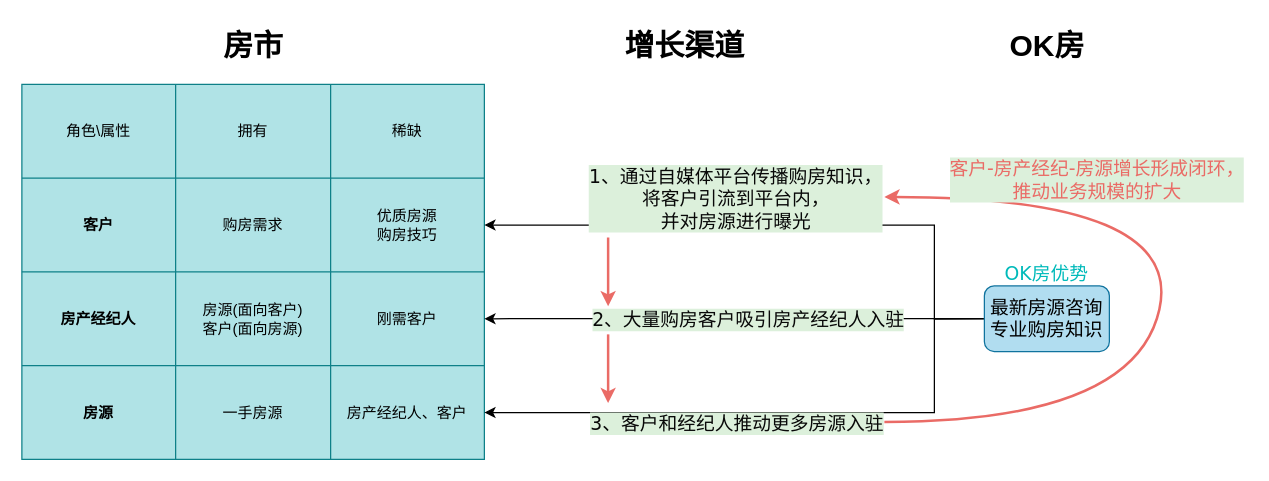
javakenny/Drawio keeps this draw.io diagram as OK房.drawio. Above is the earlier version. Source tidied: cells renumbered, new cells numbered last; positions are measured from the earlier drawing's top-left corner, leaving out a move shared by most shapes. Both pictures are drawn from the tidied source at 125%, with x=0, y=0 at pixel (21, 21).
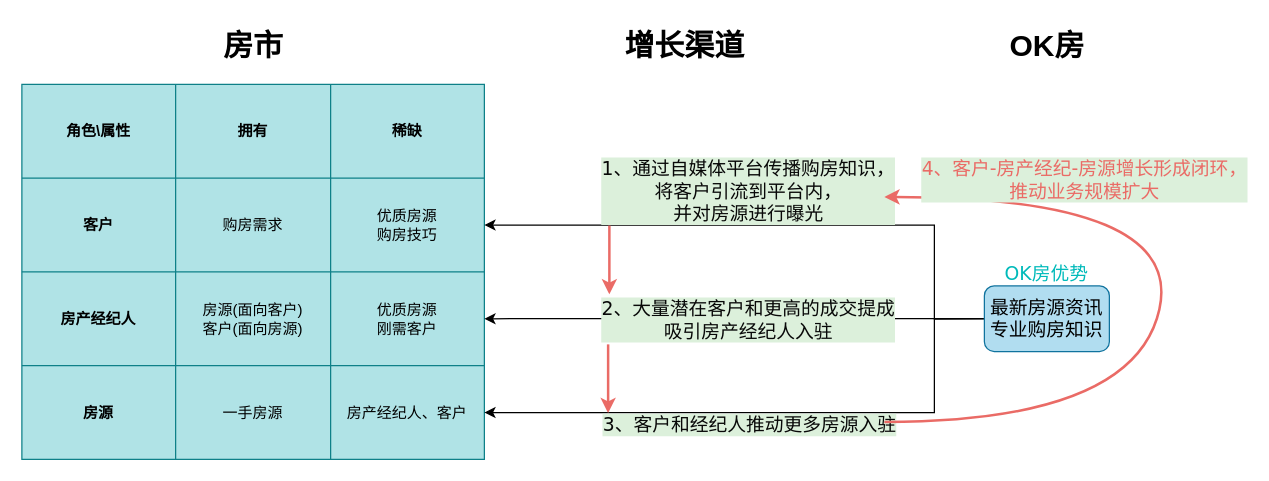
The same diagram, later.

Unchanged cells that the change refers to:
```xml
<mxCell id="3" style="shape=partialRectangle;html=1;whiteSpace=wrap;fillColor=none;top=0;left=0;bottom=0;right=0;" parent="2" vertex="1">
  <mxGeometry width="370" height="75" as="geometry" />
</mxCell>
<mxCell id="11" style="shape=partialRectangle;html=1;whiteSpace=wrap;fillColor=none;top=0;left=0;bottom=0;right=0;points=[[0,0.5],[1,0.5]];portConstraint=eastwest;" parent="2" vertex="1">
  <mxGeometry y="150" width="370" height="75" as="geometry" />
</mxCell>
<mxCell id="19" style="edgeStyle=orthogonalEdgeStyle;rounded=0;jettySize=auto;html=1;entryX=1;entryY=0.5;entryDx=0;entryDy=0;fontFamily=Verdana;fontSize=15;fontColor=#080808;exitX=0;exitY=0.5;exitDx=0;exitDy=0;" parent="1" edge="1" source="25" target="11">
  <mxGeometry relative="1" as="geometry" />
</mxCell>
<mxCell id="21" style="edgeStyle=orthogonalEdgeStyle;rounded=0;jettySize=auto;html=1;entryX=1;entryY=0.5;entryDx=0;entryDy=0;fontFamily=Verdana;fontSize=15;fontColor=#080808;exitX=0;exitY=0.5;exitDx=0;exitDy=0;" parent="1" edge="1" source="25" target="15">
  <mxGeometry relative="1" as="geometry">
    <Array as="points">
      <mxPoint x="730" y="238" />
      <mxPoint x="730" y="313" />
    </Array>
  </mxGeometry>
</mxCell>
<mxCell id="23" style="edgeStyle=orthogonalEdgeStyle;rounded=0;jettySize=auto;html=1;exitX=0;exitY=0.5;exitDx=0;exitDy=0;entryX=1;entryY=0.5;entryDx=0;entryDy=0;fontFamily=Verdana;fontSize=15;fontColor=#00BABA;" parent="1" edge="1" source="25" target="7">
  <mxGeometry relative="1" as="geometry">
    <Array as="points">
      <mxPoint x="730" y="238" />
      <mxPoint x="730" y="163" />
    </Array>
  </mxGeometry>
</mxCell>
<mxCell id="32" style="curved=1;endArrow=classic;html=1;fontFamily=Verdana;fontSize=15;fontColor=#00BABA;strokeWidth=2;strokeColor=#EA6B66;" parent="1" edge="1">
  <mxGeometry relative="1" as="geometry">
    <mxPoint x="690" y="320" as="sourcePoint" />
    <mxPoint x="690" y="140" as="targetPoint" />
    <Array as="points">
      <mxPoint x="890" y="320" />
      <mxPoint x="930" y="140" />
    </Array>
  </mxGeometry>
</mxCell>
```

Change to the diagram source:
```diff
@@
-    <mxCell id="4" value="角色\属性" style="shape=partialRectangle;html=1;whiteSpace=wrap;fillColor=none;top=0;left=0;bottom=0;right=0;overflow=hidden;fontStyle=0;" parent="3" vertex="1">
+    <mxCell id="4" value="角色\属性" style="shape=partialRectangle;html=1;whiteSpace=wrap;fillColor=none;top=0;left=0;bottom=0;right=0;overflow=hidden;fontStyle=1;" parent="3" vertex="1">
       <mxGeometry width="123" height="75" as="geometry" />
     </mxCell>
-    <mxCell id="5" value="拥有" style="shape=partialRectangle;html=1;whiteSpace=wrap;fillColor=none;top=0;left=0;bottom=0;right=0;overflow=hidden;" parent="3" vertex="1">
+    <mxCell id="5" value="拥有" style="shape=partialRectangle;html=1;whiteSpace=wrap;fillColor=none;top=0;left=0;bottom=0;right=0;overflow=hidden;fontStyle=1;" parent="3" vertex="1">
       <mxGeometry x="123" width="124" height="75" as="geometry" />
     </mxCell>
-    <mxCell id="6" value="稀缺" style="shape=partialRectangle;html=1;whiteSpace=wrap;fillColor=none;top=0;left=0;bottom=0;right=0;overflow=hidden;" parent="3" vertex="1">
+    <mxCell id="6" value="稀缺" style="shape=partialRectangle;html=1;whiteSpace=wrap;fillColor=none;top=0;left=0;bottom=0;right=0;overflow=hidden;fontStyle=1;" parent="3" vertex="1">
       <mxGeometry x="247" width="123" height="75" as="geometry" />
     </mxCell>
@@
-    <mxCell id="14" value="刚需客户" style="shape=partialRectangle;html=1;whiteSpace=wrap;fillColor=none;top=0;left=0;bottom=0;right=0;overflow=hidden;" parent="11" vertex="1">
+    <mxCell id="14" value="优质房源&lt;br&gt;刚需客户" style="shape=partialRectangle;html=1;whiteSpace=wrap;fillColor=none;top=0;left=0;bottom=0;right=0;overflow=hidden;" parent="11" vertex="1">
       <mxGeometry x="247" width="123" height="75" as="geometry" />
     </mxCell>
@@
-    <mxCell id="20" value="2、大量购房客户吸引房产经纪人入驻" style="edgeLabel;html=1;align=center;verticalAlign=middle;fontSize=15;fontFamily=Verdana;fontColor=#080808;labelBackgroundColor=#DCF0DB;" parent="19" vertex="1">
+    <mxCell id="20" value="2、大量潜在客户和更高的成交提成&lt;br&gt;吸引房产经纪人入驻" style="edgeLabel;html=1;align=center;verticalAlign=middle;fontSize=15;fontFamily=Verdana;fontColor=#080808;labelBackgroundColor=#DCF0DB;" parent="19" vertex="1">
       <mxGeometry x="0.3" y="2" relative="1" as="geometry">
         <mxPoint x="70" y="-2" as="offset" />
       </mxGeometry>
     </mxCell>
@@
     <mxCell id="22" value="3、客户和经纪人推动更多房源入驻" style="edgeLabel;html=1;align=center;verticalAlign=middle;fontSize=15;fontFamily=Verdana;fontColor=#080808;labelBackgroundColor=#DCF0DB;" parent="21" vertex="1">
       <mxGeometry x="0.58" relative="1" as="geometry">
-        <mxPoint x="101" y="7.5" as="offset" />
+        <mxPoint x="111" y="8.5" as="offset" />
       </mxGeometry>
     </mxCell>
@@
     <mxCell id="24" value="&lt;span style=&quot;color: rgb(8, 8, 8);&quot;&gt;1、通过自媒体平台传播购房知识，&lt;/span&gt;&lt;br style=&quot;color: rgb(8 , 8 , 8)&quot;&gt;&lt;span style=&quot;color: rgb(8, 8, 8);&quot;&gt;将客户引流到平台内，&lt;/span&gt;&lt;br style=&quot;color: rgb(8 , 8 , 8)&quot;&gt;&lt;span style=&quot;color: rgb(8, 8, 8);&quot;&gt;并对房源进行曝光&lt;/span&gt;" style="edgeLabel;html=1;align=center;verticalAlign=middle;fontSize=15;fontFamily=Verdana;fontColor=#00BABA;labelBackgroundColor=#DCF0DB;" parent="23" vertex="1">
       <mxGeometry x="0.58" y="3" relative="1" as="geometry">
-        <mxPoint x="100" y="-25.5" as="offset" />
+        <mxPoint x="110" y="-31.5" as="offset" />
       </mxGeometry>
     </mxCell>
-    <mxCell id="25" value="&lt;span style=&quot;&quot;&gt;最新房源咨询&lt;/span&gt;&lt;br style=&quot;&quot;&gt;&lt;span style=&quot;&quot;&gt;专业购房知识&lt;/span&gt;" style="rounded=1;whiteSpace=wrap;html=1;labelBackgroundColor=none;strokeColor=#10739e;fillColor=#b1ddf0;fontFamily=Verdana;fontSize=15;" parent="1" vertex="1">
+    <mxCell id="25" value="&lt;span&gt;最新房源资讯&lt;/span&gt;&lt;br&gt;&lt;span&gt;专业购房知识&lt;/span&gt;" style="rounded=1;whiteSpace=wrap;html=1;labelBackgroundColor=none;strokeColor=#10739e;fillColor=#b1ddf0;fontFamily=Verdana;fontSize=15;" parent="1" vertex="1">
       <mxGeometry x="770" y="211.2" width="100" height="52.5" as="geometry" />
     </mxCell>
@@
     <mxCell id="30" style="endArrow=classic;html=1;fontFamily=Verdana;fontSize=15;fontColor=#00BABA;strokeWidth=2;strokeColor=#EA6B66;" parent="1" edge="1">
       <mxGeometry relative="1" as="geometry">
-        <mxPoint x="469" y="172.5" as="sourcePoint" />
-        <mxPoint x="469" y="227.5" as="targetPoint" />
+        <mxPoint x="470" y="163" as="sourcePoint" />
+        <mxPoint x="470" y="218" as="targetPoint" />
+        <Array as="points">
+          <mxPoint x="470" y="180.5" />
+        </Array>
       </mxGeometry>
     </mxCell>
     <mxCell id="31" style="endArrow=classic;html=1;fontFamily=Verdana;fontSize=15;fontColor=#00BABA;strokeWidth=2;strokeColor=#EA6B66;" parent="1" edge="1">
       <mxGeometry relative="1" as="geometry">
-        <mxPoint x="469" y="250" as="sourcePoint" />
-        <mxPoint x="469" y="305" as="targetPoint" />
+        <mxPoint x="469" y="258" as="sourcePoint" />
+        <mxPoint x="469" y="313" as="targetPoint" />
       </mxGeometry>
     </mxCell>
@@
-    <mxCell id="33" value="客户-房产经纪-房源增长形成闭环，&lt;br&gt;推动业务规模的扩大" style="edgeLabel;html=1;align=center;verticalAlign=middle;fontSize=15;fontFamily=Verdana;labelBackgroundColor=#DCF0DB;fontColor=#EA6B66;" parent="32" vertex="1">
+    <mxCell id="33" value="4、客户-房产经纪-房源增长形成闭环，&lt;br&gt;推动业务规模扩大" style="edgeLabel;html=1;align=center;verticalAlign=middle;fontSize=15;fontFamily=Verdana;labelBackgroundColor=#DCF0DB;fontColor=#EA6B66;" parent="32" vertex="1">
       <mxGeometry x="-0.22" y="2" relative="1" as="geometry">
-        <mxPoint x="-37.6" y="-151.6" as="offset" />
+        <mxPoint x="-47.6" y="-151.6" as="offset" />
       </mxGeometry>
     </mxCell>
```
